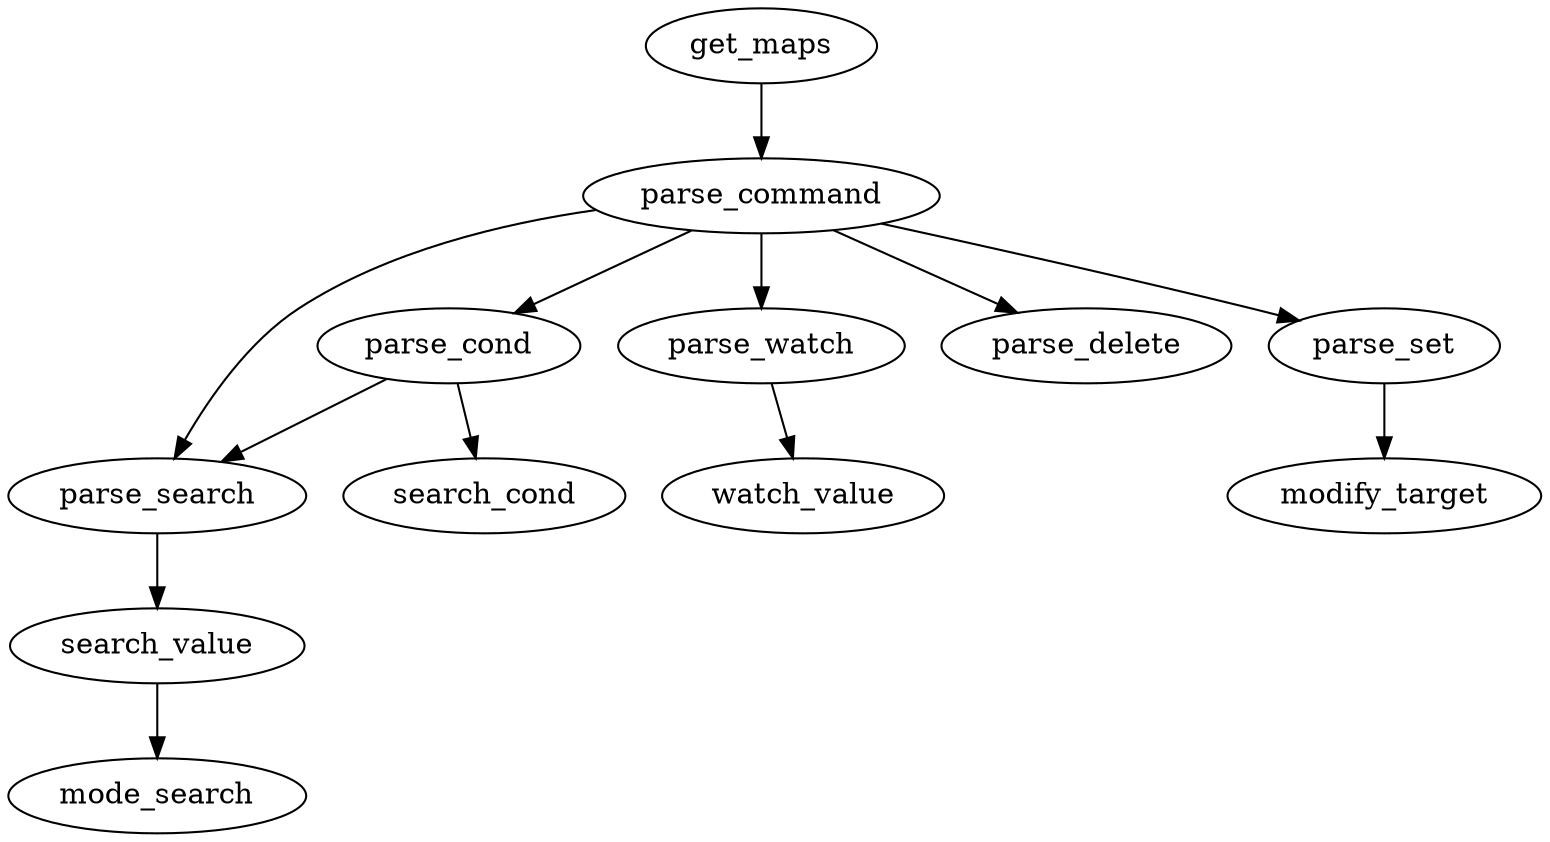
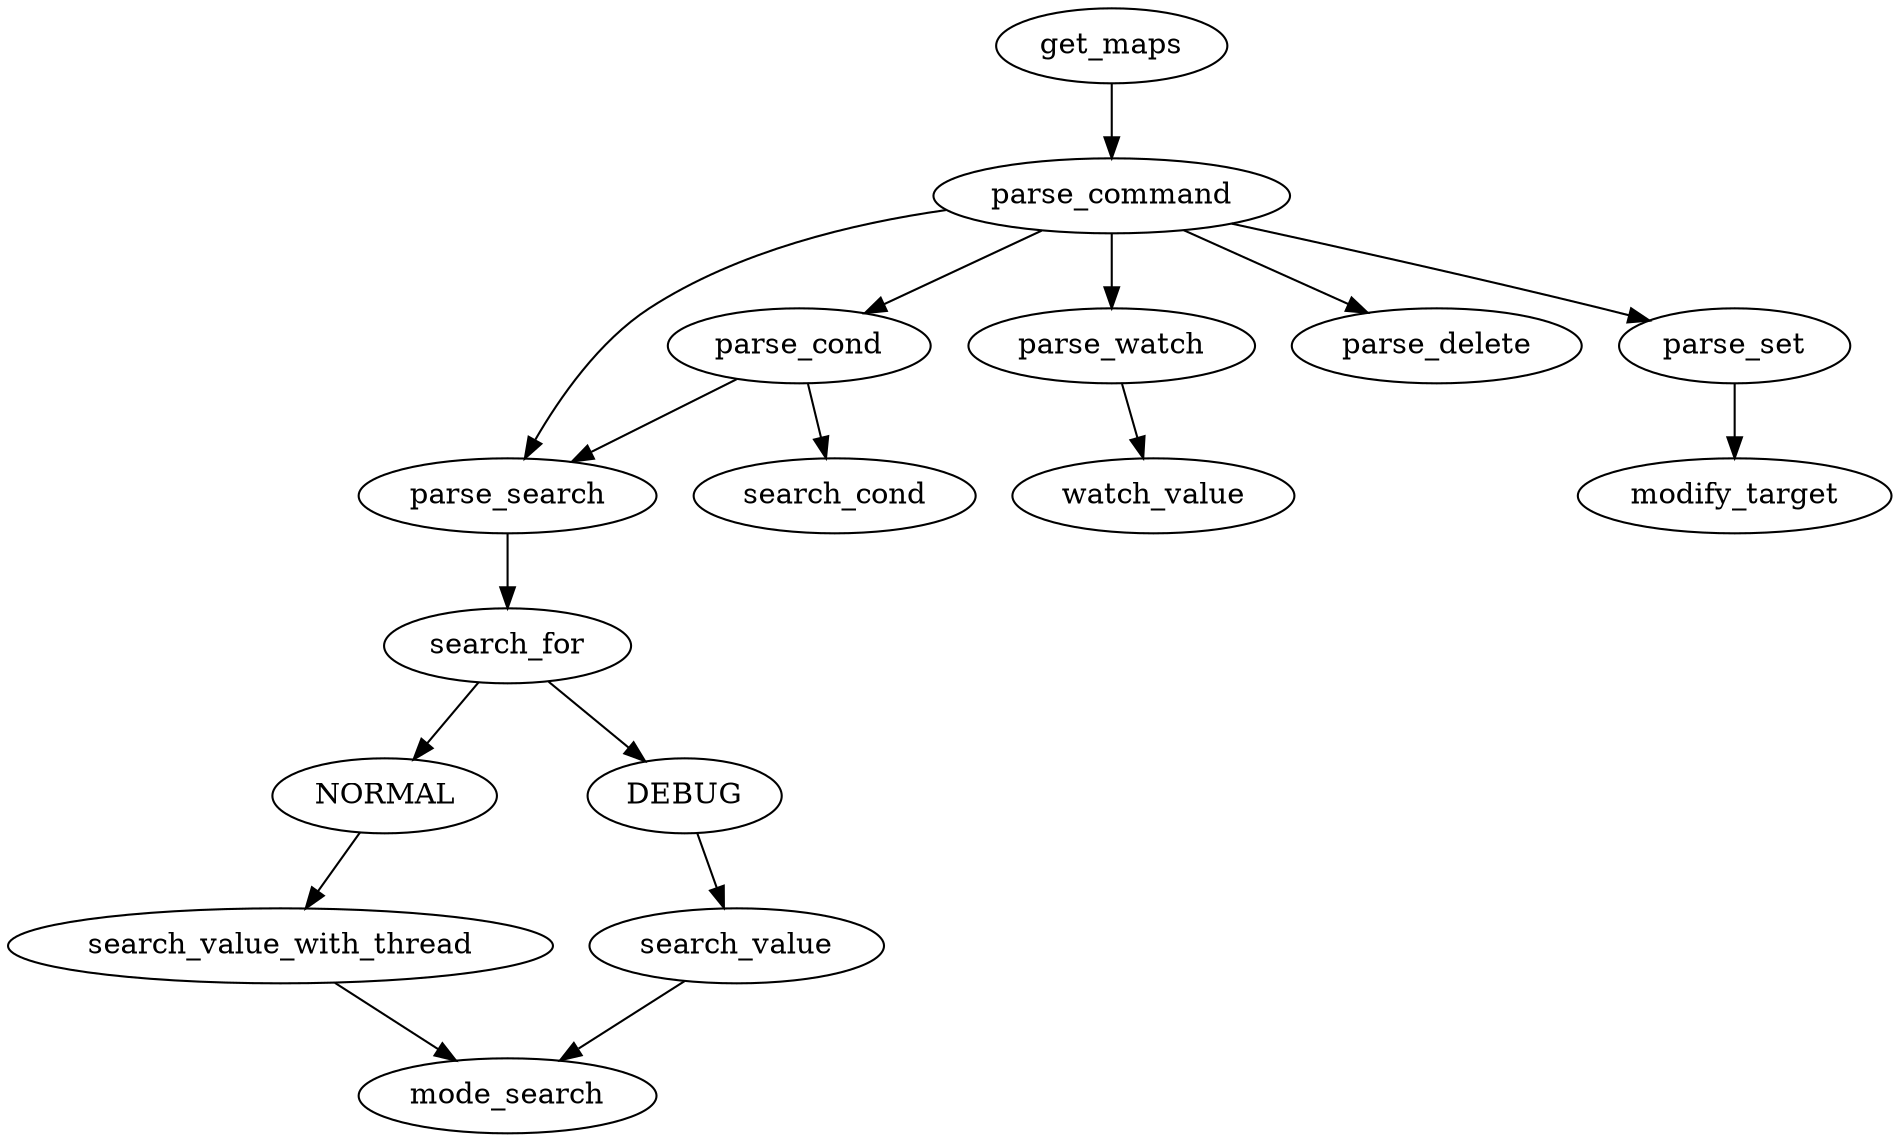
digraph G {
	get_maps -> parse_command
-     	parse_command -> parse_search -> search_value -> mode_search;
+     	parse_command -> parse_search -> search_for -> NORMAL
+ 	NORMAL -> search_value_with_thread -> mode_search;
+ 	search_for -> DEBUG
+ 	DEBUG -> search_value -> mode_search;
	parse_command -> parse_cond -> search_cond;
	parse_cond -> parse_search
      	parse_command -> parse_watch -> watch_value;
        parse_command -> parse_delete;
        parse_command -> parse_set -> modify_target;
}